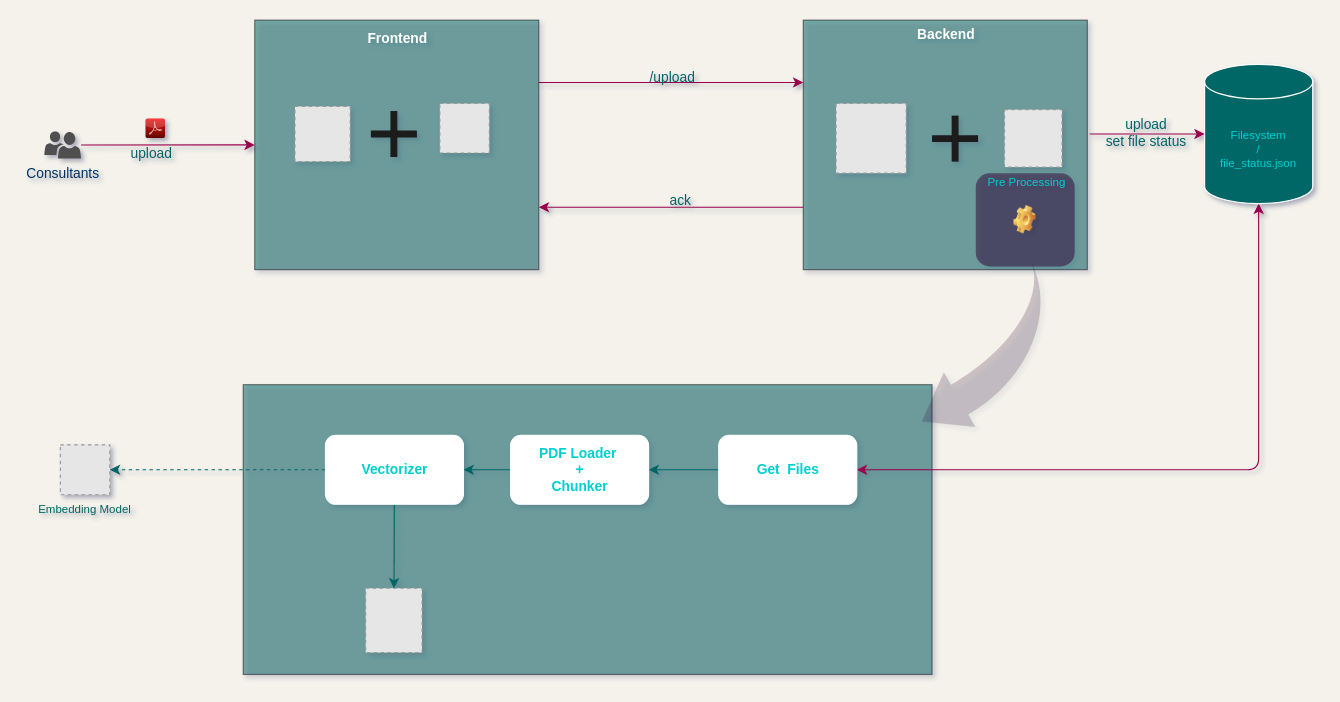
This is page "UserJourney1" (1 of 4) of architecture.drawio from mdean77a/clinical-trials-2025, a draw.io file, before an edit. Source tidied: cells renumbered, new cells numbered last; positions are measured from the earlier drawing's top-left corner, leaving out a move shared by most shapes. Both pictures are drawn from the tidied source at 115%, with x=0, y=0 at pixel (44, 20). Pictures stored in the file or linked from it are replaced by grey dashed boxes.
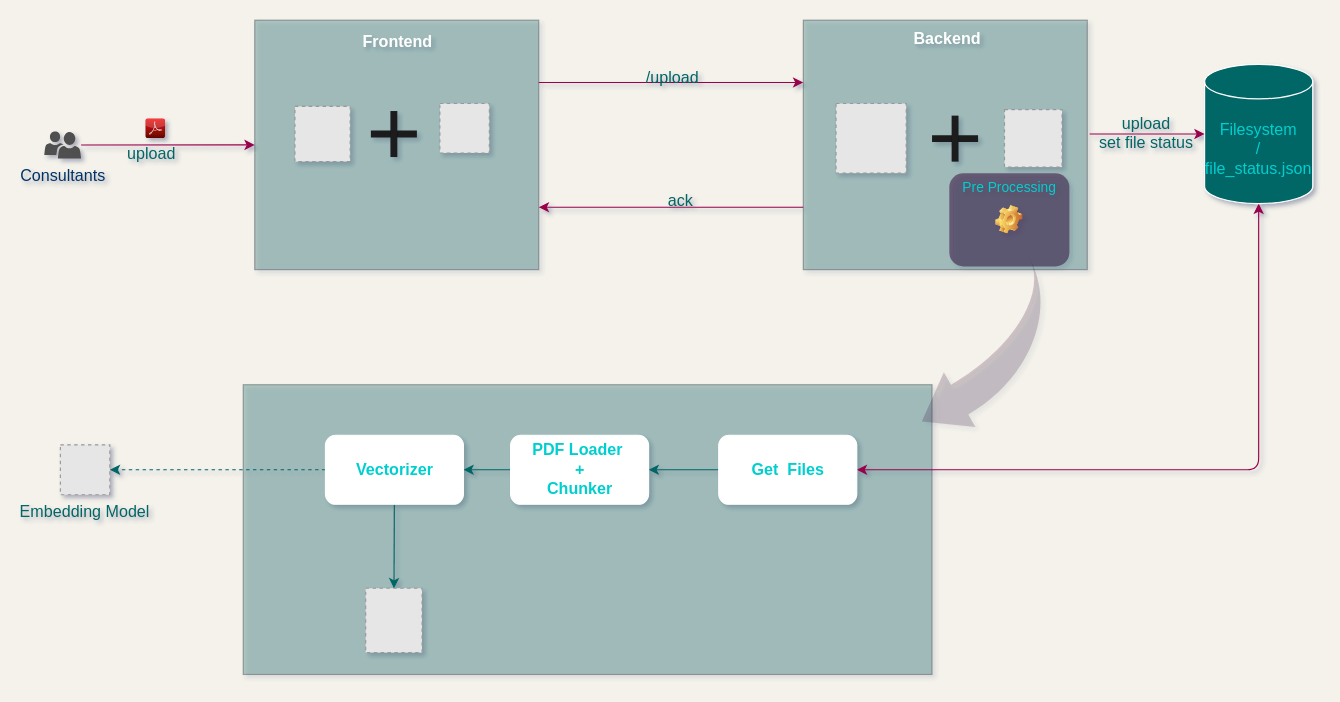
The same diagram, later.

What changed in the source:
```diff
@@
-    <mxCell id="2" style="dashed=0;html=1;align=center;labelPosition=center;verticalLabelPosition=bottom;verticalAlign=top;shape=mxgraph.webicons.adobe_pdf;fillColor=#F40C0C;gradientColor=#610603;fontColor=#003366;" parent="1" vertex="1">
+    <mxCell id="2" style="dashed=0;html=1;align=center;labelPosition=center;verticalLabelPosition=bottom;verticalAlign=top;shape=mxgraph.webicons.adobe_pdf;fillColor=#F40C0C;gradientColor=#610603;fontColor=#003366;fontSize=14;" parent="1" vertex="1">
       <mxGeometry x="88" y="85.5" width="17" height="17" as="geometry" />
     </mxCell>
-    <mxCell id="3" style="edgeStyle=none;html=1;entryX=0;entryY=0.5;entryDx=0;entryDy=0;fontColor=#FFFFFF;strokeColor=#99004D;" parent="1" edge="1" source="5" target="6">
+    <mxCell id="3" style="edgeStyle=none;html=1;entryX=0;entryY=0.5;entryDx=0;entryDy=0;fontColor=#FFFFFF;strokeColor=#99004D;fontSize=14;" parent="1" edge="1" source="5" target="6">
       <mxGeometry relative="1" as="geometry" />
     </mxCell>
-    <mxCell id="4" value="&lt;font style=&quot;font-size: 12px;&quot;&gt;upload&lt;/font&gt;" style="edgeLabel;html=1;align=center;verticalAlign=middle;fontColor=#006666;labelBackgroundColor=none;" parent="3" vertex="1">
+    <mxCell id="4" value="&lt;font style=&quot;font-size: 14px;&quot;&gt;upload&lt;/font&gt;" style="edgeLabel;html=1;align=center;verticalAlign=middle;fontColor=#006666;labelBackgroundColor=none;fontSize=14;" parent="3" vertex="1">
       <mxGeometry x="-0.2" relative="1" as="geometry">
         <mxPoint x="1" y="7" as="offset" />
       </mxGeometry>
     </mxCell>
-    <mxCell id="5" value="Consultants" style="shadow=0;dashed=0;html=1;strokeColor=none;labelPosition=center;verticalLabelPosition=bottom;verticalAlign=top;align=center;fillColor=#505050;shape=mxgraph.mscae.intune.user_group;fontColor=#003366;" parent="1" vertex="1">
+    <mxCell id="5" value="Consultants" style="shadow=0;dashed=0;html=1;strokeColor=none;labelPosition=center;verticalLabelPosition=bottom;verticalAlign=top;align=center;fillColor=#505050;shape=mxgraph.mscae.intune.user_group;fontColor=#003366;fontSize=14;" parent="1" vertex="1">
       <mxGeometry y="96.7" width="32" height="23.7" as="geometry" />
     </mxCell>
-    <mxCell id="6" style="rounded=0;whiteSpace=wrap;html=1;fontColor=#003366;fillColor=#006666;opacity=50;" parent="1" vertex="1">
+    <mxCell id="6" style="rounded=0;whiteSpace=wrap;html=1;fontColor=#003366;fillColor=#006666;opacity=30;fontSize=14;" parent="1" vertex="1">
       <mxGeometry x="183" width="247" height="217" as="geometry" />
     </mxCell>
-    <mxCell id="7" value="Frontend" style="text;html=1;align=center;verticalAlign=middle;strokeColor=none;fillColor=none;fontColor=#FFFFFF;fontStyle=1;" parent="1" vertex="1">
-      <mxGeometry x="271.5" y="3" width="70" height="26" as="geometry" />
+    <mxCell id="7" value="Frontend" style="text;html=1;align=center;verticalAlign=middle;strokeColor=none;fillColor=none;fontColor=#FFFFFF;fontStyle=1;fontSize=14;" parent="1" vertex="1">
+      <mxGeometry x="267.5" y="4" width="79" height="29" as="geometry" />
     </mxCell>
-    <mxCell id="8" style="fillColor=#E6E6E6;strokeColor=#999999;dashed=1;verticalLabelPosition=bottom;labelBackgroundColor=default;verticalAlign=top;" parent="1" vertex="1">
+    <mxCell id="8" style="fillColor=#E6E6E6;strokeColor=#999999;dashed=1;verticalLabelPosition=bottom;labelBackgroundColor=default;verticalAlign=top;fontSize=14;" parent="1" vertex="1">
       <mxGeometry x="218" y="75" width="48" height="48" as="geometry" />
     </mxCell>
-    <mxCell id="9" style="fillColor=#E6E6E6;strokeColor=#999999;dashed=1;verticalLabelPosition=bottom;labelBackgroundColor=default;verticalAlign=top;" parent="1" vertex="1">
+    <mxCell id="9" style="fillColor=#E6E6E6;strokeColor=#999999;dashed=1;verticalLabelPosition=bottom;labelBackgroundColor=default;verticalAlign=top;fontSize=14;" parent="1" vertex="1">
       <mxGeometry x="344" y="72.5" width="43" height="43" as="geometry" />
     </mxCell>
-    <mxCell id="10" style="group;" parent="1" vertex="1">
+    <mxCell id="10" style="group;fontSize=14;" parent="1" vertex="1">
       <mxGeometry x="284" y="79" width="40" height="40" as="geometry" />
     </mxCell>
-    <mxCell id="11" style="line;strokeWidth=6;html=1;labelBackgroundColor=none;fontColor=#006666;fillColor=#006666;fontSize=15;strokeColor=#1A1A1A;" parent="10" vertex="1">
+    <mxCell id="11" style="line;strokeWidth=6;html=1;labelBackgroundColor=none;fontColor=#006666;fillColor=#006666;fontSize=14;strokeColor=#1A1A1A;" parent="10" vertex="1">
       <mxGeometry y="17.1" width="40" height="5.9" as="geometry" />
     </mxCell>
-    <mxCell id="12" style="line;strokeWidth=6;html=1;labelBackgroundColor=none;fontColor=#006666;fillColor=none;fontSize=15;rotation=-90;strokeColor=#1A1A1A;" parent="10" vertex="1">
+    <mxCell id="12" style="line;strokeWidth=6;html=1;labelBackgroundColor=none;fontColor=#006666;fillColor=none;fontSize=14;rotation=-90;strokeColor=#1A1A1A;" parent="10" vertex="1">
       <mxGeometry y="17.1" width="40" height="5.9" as="geometry" />
     </mxCell>
-    <mxCell id="13" style="rounded=0;whiteSpace=wrap;html=1;fontColor=#003366;fillColor=#006666;opacity=50;" parent="1" vertex="1">
+    <mxCell id="13" style="rounded=0;whiteSpace=wrap;html=1;fontColor=#003366;fillColor=#006666;opacity=30;fontSize=14;" parent="1" vertex="1">
       <mxGeometry x="660" width="247" height="217" as="geometry" />
     </mxCell>
-    <mxCell id="14" style="fillColor=#E6E6E6;strokeColor=#999999;dashed=1;verticalLabelPosition=bottom;labelBackgroundColor=default;verticalAlign=top;" parent="1" vertex="1">
+    <mxCell id="14" style="fillColor=#E6E6E6;strokeColor=#999999;dashed=1;verticalLabelPosition=bottom;labelBackgroundColor=default;verticalAlign=top;fontSize=14;" parent="1" vertex="1">
       <mxGeometry x="835" y="77.8" width="50" height="50" as="geometry" />
     </mxCell>
-    <mxCell id="15" style="fillColor=#E6E6E6;strokeColor=#999999;dashed=1;verticalLabelPosition=bottom;labelBackgroundColor=default;verticalAlign=top;" parent="1" vertex="1">
+    <mxCell id="15" style="fillColor=#E6E6E6;strokeColor=#999999;dashed=1;verticalLabelPosition=bottom;labelBackgroundColor=default;verticalAlign=top;fontSize=14;" parent="1" vertex="1">
       <mxGeometry x="688.5" y="72.5" width="61" height="60.6" as="geometry" />
     </mxCell>
-    <mxCell id="16" value="Backend" style="text;html=1;align=center;verticalAlign=middle;strokeColor=none;fillColor=none;fontColor=#FFFFFF;fontStyle=1;" parent="1" vertex="1">
-      <mxGeometry x="749.5" width="68" height="26" as="geometry" />
+    <mxCell id="16" value="Backend" style="text;html=1;align=center;verticalAlign=middle;strokeColor=none;fillColor=none;fontColor=#FFFFFF;fontStyle=1;fontSize=14;" parent="1" vertex="1">
+      <mxGeometry x="746.5" y="1" width="76" height="29" as="geometry" />
     </mxCell>
-    <mxCell id="17" style="group;" parent="1" vertex="1">
+    <mxCell id="17" style="group;fontSize=14;" parent="1" vertex="1">
       <mxGeometry x="772" y="83" width="40" height="40" as="geometry" />
     </mxCell>
-    <mxCell id="18" style="line;strokeWidth=6;html=1;labelBackgroundColor=none;fontColor=#006666;fillColor=#006666;fontSize=15;strokeColor=#1A1A1A;" parent="17" vertex="1">
+    <mxCell id="18" style="line;strokeWidth=6;html=1;labelBackgroundColor=none;fontColor=#006666;fillColor=#006666;fontSize=14;strokeColor=#1A1A1A;" parent="17" vertex="1">
       <mxGeometry y="17.1" width="40" height="5.9" as="geometry" />
     </mxCell>
-    <mxCell id="19" style="line;strokeWidth=6;html=1;labelBackgroundColor=none;fontColor=#006666;fillColor=none;fontSize=15;rotation=-90;strokeColor=#1A1A1A;" parent="17" vertex="1">
+    <mxCell id="19" style="line;strokeWidth=6;html=1;labelBackgroundColor=none;fontColor=#006666;fillColor=none;fontSize=14;rotation=-90;strokeColor=#1A1A1A;" parent="17" vertex="1">
       <mxGeometry y="17.1" width="40" height="5.9" as="geometry" />
     </mxCell>
-    <mxCell id="20" style="edgeStyle=none;html=1;entryX=0;entryY=0.25;entryDx=0;entryDy=0;fontColor=#FFFFFF;exitX=1;exitY=0.25;exitDx=0;exitDy=0;strokeColor=#99004D;" parent="1" edge="1" source="6" target="13">
+    <mxCell id="20" style="edgeStyle=none;html=1;entryX=0;entryY=0.25;entryDx=0;entryDy=0;fontColor=#FFFFFF;exitX=1;exitY=0.25;exitDx=0;exitDy=0;strokeColor=#99004D;fontSize=14;" parent="1" edge="1" source="6" target="13">
       <mxGeometry relative="1" as="geometry" />
     </mxCell>
-    <mxCell id="21" value="&lt;font style=&quot;font-size: 12px;&quot;&gt;/upload&lt;/font&gt;" style="edgeLabel;html=1;align=center;verticalAlign=middle;fontColor=#006666;labelBackgroundColor=none;fontSize=8;" parent="20" vertex="1">
+    <mxCell id="21" value="&lt;font style=&quot;font-size: 14px;&quot;&gt;/upload&lt;/font&gt;" style="edgeLabel;html=1;align=center;verticalAlign=middle;fontColor=#006666;labelBackgroundColor=none;fontSize=14;" parent="20" vertex="1">
       <mxGeometry x="-0.2" relative="1" as="geometry">
         <mxPoint x="23" y="-5" as="offset" />
       </mxGeometry>
     </mxCell>
-    <mxCell id="22" style="edgeStyle=none;html=1;entryX=1;entryY=0.75;entryDx=0;entryDy=0;fontColor=#FFFFFF;exitX=0;exitY=0.75;exitDx=0;exitDy=0;strokeColor=#99004D;" parent="1" edge="1" source="13" target="6">
+    <mxCell id="22" style="edgeStyle=none;html=1;entryX=1;entryY=0.75;entryDx=0;entryDy=0;fontColor=#FFFFFF;exitX=0;exitY=0.75;exitDx=0;exitDy=0;strokeColor=#99004D;fontSize=14;" parent="1" edge="1" source="13" target="6">
       <mxGeometry relative="1" as="geometry" />
     </mxCell>
-    <mxCell id="23" value="&lt;font style=&quot;font-size: 12px;&quot;&gt;ack&lt;/font&gt;" style="edgeLabel;html=1;align=center;verticalAlign=middle;fontColor=#006666;labelBackgroundColor=none;fontSize=8;" parent="22" vertex="1">
+    <mxCell id="23" value="&lt;font style=&quot;font-size: 14px;&quot;&gt;ack&lt;/font&gt;" style="edgeLabel;html=1;align=center;verticalAlign=middle;fontColor=#006666;labelBackgroundColor=none;fontSize=14;" parent="22" vertex="1">
       <mxGeometry x="-0.2" relative="1" as="geometry">
         <mxPoint x="-16" y="-6" as="offset" />
       </mxGeometry>
     </mxCell>
-    <mxCell id="24" style="group;" parent="1" vertex="1">
-      <mxGeometry x="810" y="133.2" width="86.5" height="81" as="geometry" />
+    <mxCell id="24" style="group;fontSize=14;" parent="1" vertex="1">
+      <mxGeometry x="787" y="133.2" width="130.5" height="81" as="geometry" />
     </mxCell>
-    <mxCell id="25" style="rounded=1;whiteSpace=wrap;html=1;labelBackgroundColor=none;strokeColor=none;strokeWidth=1;fontSize=15;fontColor=#006666;fillColor=#330033;opacity=50;" parent="24" vertex="1">
-      <mxGeometry width="86" height="81" as="geometry" />
+    <mxCell id="25" style="rounded=1;whiteSpace=wrap;html=1;labelBackgroundColor=none;strokeColor=none;strokeWidth=1;fontSize=14;fontColor=#006666;fillColor=#330033;opacity=50;" parent="24" vertex="1">
+      <mxGeometry width="104.4" height="81" as="geometry" />
     </mxCell>
-    <mxCell id="26" style="shape=image;html=1;verticalLabelPosition=bottom;verticalAlign=top;imageAspect=0;image=img/clipart/Gear_128x128.png;labelBackgroundColor=none;strokeColor=#1A1A1A;strokeWidth=6;fontSize=15;fontColor=#006666;fillColor=none;" parent="24" vertex="1">
-      <mxGeometry x="33.3" y="28" width="19.3" height="24.9" as="geometry" />
+    <mxCell id="26" style="shape=image;html=1;verticalLabelPosition=bottom;verticalAlign=top;imageAspect=0;image=img/clipart/Gear_128x128.png;labelBackgroundColor=none;strokeColor=#1A1A1A;strokeWidth=6;fontSize=14;fontColor=#006666;fillColor=none;" parent="24" vertex="1">
+      <mxGeometry x="40.5" y="28" width="23.5" height="24.9" as="geometry" />
     </mxCell>
-    <mxCell id="27" value="&lt;font style=&quot;font-size: 10px;&quot; color=&quot;#00cfcf&quot;&gt;Pre Processing&lt;/font&gt;" style="text;html=1;align=center;verticalAlign=middle;strokeColor=none;fillColor=none;fontSize=6;fontColor=#FFFFFF;" parent="24" vertex="1">
-      <mxGeometry x="0.5" y="-4.2" width="86" height="24" as="geometry" />
+    <mxCell id="27" value="&lt;font style=&quot;font-size: 12px;&quot; color=&quot;#00cfcf&quot;&gt;Pre Processing&lt;/font&gt;" style="text;html=1;align=center;verticalAlign=middle;strokeColor=none;fillColor=none;fontSize=14;fontColor=#FFFFFF;" parent="24" vertex="1">
+      <mxGeometry x="2.7" y="-3.2" width="99" height="29" as="geometry" />
     </mxCell>
-    <mxCell id="28" style="rounded=0;whiteSpace=wrap;html=1;fontColor=#003366;fillColor=#006666;opacity=50;" parent="1" vertex="1">
+    <mxCell id="28" style="rounded=0;whiteSpace=wrap;html=1;fontColor=#003366;fillColor=#006666;opacity=30;fontSize=14;" parent="1" vertex="1">
       <mxGeometry x="173" y="317" width="599" height="252" as="geometry" />
     </mxCell>
-    <mxCell id="29" style="fillColor=#E6E6E6;strokeColor=#999999;dashed=1;verticalLabelPosition=bottom;labelBackgroundColor=default;verticalAlign=top;" parent="1" vertex="1">
+    <mxCell id="29" style="fillColor=#E6E6E6;strokeColor=#999999;dashed=1;verticalLabelPosition=bottom;labelBackgroundColor=default;verticalAlign=top;fontSize=14;" parent="1" vertex="1">
       <mxGeometry x="279.5" y="494" width="49" height="56" as="geometry" />
     </mxCell>
-    <mxCell id="30" style="edgeStyle=none;html=1;entryX=1;entryY=0.5;entryDx=0;entryDy=0;fontSize=11;fontColor=#FFFFFF;startArrow=classic;startFill=1;strokeColor=#99004D;" parent="1" edge="1" source="31" target="35">
+    <mxCell id="30" style="edgeStyle=none;html=1;entryX=1;entryY=0.5;entryDx=0;entryDy=0;fontSize=14;fontColor=#FFFFFF;startArrow=classic;startFill=1;strokeColor=#99004D;" parent="1" edge="1" source="31" target="35">
       <mxGeometry relative="1" as="geometry">
         <Array as="points">
           <mxPoint x="1056" y="391" />
         </Array>
       </mxGeometry>
     </mxCell>
-    <mxCell id="31" value="&lt;font style=&quot;font-size: 10px;&quot;&gt;Filesystem&lt;br&gt;/&lt;br&gt;file_status.json&lt;/font&gt;" style="shape=cylinder3;whiteSpace=wrap;html=1;boundedLbl=1;backgroundOutline=1;size=15;labelBackgroundColor=none;strokeColor=#FFFFFF;strokeWidth=1;fontSize=6;fontColor=#00CFCF;fillColor=#006666;" parent="1" vertex="1">
+    <mxCell id="31" value="&lt;font style=&quot;font-size: 14px;&quot;&gt;Filesystem&lt;br style=&quot;font-size: 14px;&quot;&gt;/&lt;br style=&quot;font-size: 14px;&quot;&gt;file_status.json&lt;/font&gt;" style="shape=cylinder3;whiteSpace=wrap;html=1;boundedLbl=1;backgroundOutline=1;size=15;labelBackgroundColor=none;strokeColor=#FFFFFF;strokeWidth=1;fontSize=14;fontColor=#00CFCF;fillColor=#006666;" parent="1" vertex="1">
       <mxGeometry x="1009" y="38.5" width="94" height="121" as="geometry" />
     </mxCell>
-    <mxCell id="32" style="edgeStyle=none;html=1;entryX=0;entryY=0.5;entryDx=0;entryDy=0;fontColor=#FFFFFF;entryPerimeter=0;strokeColor=#99004D;" parent="1" edge="1" target="31">
+    <mxCell id="32" style="edgeStyle=none;html=1;entryX=0;entryY=0.5;entryDx=0;entryDy=0;fontColor=#FFFFFF;entryPerimeter=0;strokeColor=#99004D;fontSize=14;" parent="1" edge="1" target="31">
       <mxGeometry relative="1" as="geometry">
         <mxPoint x="909" y="99" as="sourcePoint" />
       </mxGeometry>
     </mxCell>
-    <mxCell id="33" value="&lt;font style=&quot;font-size: 12px;&quot;&gt;upload&lt;br&gt;set file status&lt;/font&gt;" style="edgeLabel;html=1;align=center;verticalAlign=middle;fontColor=#006666;labelBackgroundColor=none;" parent="32" vertex="1">
+    <mxCell id="33" value="&lt;font style=&quot;font-size: 14px;&quot;&gt;upload&lt;br style=&quot;font-size: 14px;&quot;&gt;set file status&lt;/font&gt;" style="edgeLabel;html=1;align=center;verticalAlign=middle;fontColor=#006666;labelBackgroundColor=none;fontSize=14;" parent="32" vertex="1">
       <mxGeometry x="-0.2" relative="1" as="geometry">
         <mxPoint x="8" y="-2" as="offset" />
       </mxGeometry>
     </mxCell>
-    <mxCell id="34" style="edgeStyle=none;html=1;entryX=1;entryY=0.5;entryDx=0;entryDy=0;fontSize=6;fontColor=#00CFCF;startArrow=none;startFill=0;strokeColor=#006666;" parent="1" edge="1" source="35" target="37">
+    <mxCell id="34" style="edgeStyle=none;html=1;entryX=1;entryY=0.5;entryDx=0;entryDy=0;fontSize=14;fontColor=#00CFCF;startArrow=none;startFill=0;strokeColor=#006666;" parent="1" edge="1" source="35" target="37">
       <mxGeometry relative="1" as="geometry" />
     </mxCell>
-    <mxCell id="35" value="&lt;b&gt;&lt;font style=&quot;font-size: 12px;&quot;&gt;Get&amp;nbsp; Files&lt;/font&gt;&lt;/b&gt;" style="rounded=1;whiteSpace=wrap;html=1;labelBackgroundColor=none;strokeColor=#FFFFFF;strokeWidth=1;fontSize=6;fontColor=#00CFCF;fillColor=#FFFFFF;" parent="1" vertex="1">
+    <mxCell id="35" value="&lt;b style=&quot;font-size: 14px;&quot;&gt;&lt;font style=&quot;font-size: 14px;&quot;&gt;Get&amp;nbsp; Files&lt;/font&gt;&lt;/b&gt;" style="rounded=1;whiteSpace=wrap;html=1;labelBackgroundColor=none;strokeColor=#FFFFFF;strokeWidth=1;fontSize=14;fontColor=#00CFCF;fillColor=#FFFFFF;" parent="1" vertex="1">
       <mxGeometry x="586.5" y="361" width="120" height="60" as="geometry" />
     </mxCell>
-    <mxCell id="36" style="edgeStyle=none;html=1;entryX=1;entryY=0.5;entryDx=0;entryDy=0;fontSize=6;fontColor=#00CFCF;startArrow=none;startFill=0;strokeColor=#006666;" parent="1" edge="1" source="37" target="40">
+    <mxCell id="36" style="edgeStyle=none;html=1;entryX=1;entryY=0.5;entryDx=0;entryDy=0;fontSize=14;fontColor=#00CFCF;startArrow=none;startFill=0;strokeColor=#006666;" parent="1" edge="1" source="37" target="40">
       <mxGeometry relative="1" as="geometry" />
     </mxCell>
-    <mxCell id="37" value="&lt;b style=&quot;font-size: 12px;&quot;&gt;PDF Loader&amp;nbsp;&lt;br&gt;+&lt;br&gt;Chunker&lt;br&gt;&lt;/b&gt;" style="rounded=1;whiteSpace=wrap;html=1;labelBackgroundColor=none;strokeColor=#FFFFFF;strokeWidth=1;fontSize=6;fontColor=#00CFCF;fillColor=#FFFFFF;" parent="1" vertex="1">
+    <mxCell id="37" value="&lt;b style=&quot;font-size: 14px;&quot;&gt;PDF Loader&amp;nbsp;&lt;br style=&quot;font-size: 14px;&quot;&gt;+&lt;br style=&quot;font-size: 14px;&quot;&gt;Chunker&lt;br style=&quot;font-size: 14px;&quot;&gt;&lt;/b&gt;" style="rounded=1;whiteSpace=wrap;html=1;labelBackgroundColor=none;strokeColor=#FFFFFF;strokeWidth=1;fontSize=14;fontColor=#00CFCF;fillColor=#FFFFFF;" parent="1" vertex="1">
       <mxGeometry x="405.5" y="361" width="120" height="60" as="geometry" />
     </mxCell>
-    <mxCell id="38" style="edgeStyle=none;html=1;entryX=1;entryY=0.5;entryDx=0;entryDy=0;fontSize=6;fontColor=#00CFCF;startArrow=none;startFill=0;strokeColor=#006666;dashed=1;" parent="1" edge="1" source="40" target="41">
+    <mxCell id="38" style="edgeStyle=none;html=1;entryX=1;entryY=0.5;entryDx=0;entryDy=0;fontSize=14;fontColor=#00CFCF;startArrow=none;startFill=0;strokeColor=#006666;dashed=1;" parent="1" edge="1" source="40" target="41">
       <mxGeometry relative="1" as="geometry" />
     </mxCell>
-    <mxCell id="39" style="edgeStyle=none;html=1;fontSize=6;fontColor=#00CFCF;startArrow=none;startFill=0;strokeColor=#006666;" parent="1" edge="1" source="40" target="29">
+    <mxCell id="39" style="edgeStyle=none;html=1;fontSize=14;fontColor=#00CFCF;startArrow=none;startFill=0;strokeColor=#006666;" parent="1" edge="1" source="40" target="29">
       <mxGeometry relative="1" as="geometry" />
     </mxCell>
-    <mxCell id="40" value="&lt;b&gt;&lt;font style=&quot;font-size: 12px;&quot;&gt;Vectorizer&lt;/font&gt;&lt;br&gt;&lt;/b&gt;" style="rounded=1;whiteSpace=wrap;html=1;labelBackgroundColor=none;strokeColor=#FFFFFF;strokeWidth=1;fontSize=6;fontColor=#00CFCF;fillColor=#FFFFFF;" parent="1" vertex="1">
+    <mxCell id="40" value="&lt;b style=&quot;font-size: 14px;&quot;&gt;&lt;font style=&quot;font-size: 14px;&quot;&gt;Vectorizer&lt;/font&gt;&lt;br style=&quot;font-size: 14px;&quot;&gt;&lt;/b&gt;" style="rounded=1;whiteSpace=wrap;html=1;labelBackgroundColor=none;strokeColor=#FFFFFF;strokeWidth=1;fontSize=14;fontColor=#00CFCF;fillColor=#FFFFFF;" parent="1" vertex="1">
       <mxGeometry x="244.5" y="361" width="120" height="60" as="geometry" />
     </mxCell>
-    <mxCell id="41" value="Embedding Model" style="fillColor=#E6E6E6;strokeColor=#999999;dashed=1;verticalLabelPosition=bottom;labelBackgroundColor=none;verticalAlign=top;fontColor=#006666;fontSize=10;" parent="1" vertex="1">
+    <mxCell id="41" value="Embedding Model" style="fillColor=#E6E6E6;strokeColor=#999999;dashed=1;verticalLabelPosition=bottom;labelBackgroundColor=none;verticalAlign=top;fontColor=#006666;fontSize=14;" parent="1" vertex="1">
       <mxGeometry x="14" y="369.3" width="43" height="43.4" as="geometry" />
     </mxCell>
-    <mxCell id="42" style="html=1;shadow=0;dashed=0;align=center;verticalAlign=middle;shape=mxgraph.arrows2.jumpInArrow;dy=15;dx=38;arrowHead=55;labelBackgroundColor=none;strokeColor=none;strokeWidth=1;fontSize=6;fontColor=#00CFCF;fillColor=#330033;rotation=-210;opacity=20;" parent="1" vertex="1">
+    <mxCell id="42" style="html=1;shadow=0;dashed=0;align=center;verticalAlign=middle;shape=mxgraph.arrows2.jumpInArrow;dy=15;dx=38;arrowHead=55;labelBackgroundColor=none;strokeColor=none;strokeWidth=1;fontSize=14;fontColor=#00CFCF;fillColor=#330033;rotation=-210;opacity=20;" parent="1" vertex="1">
       <mxGeometry x="740.4" y="236.8" width="152" height="105" as="geometry" />
     </mxCell>
```
